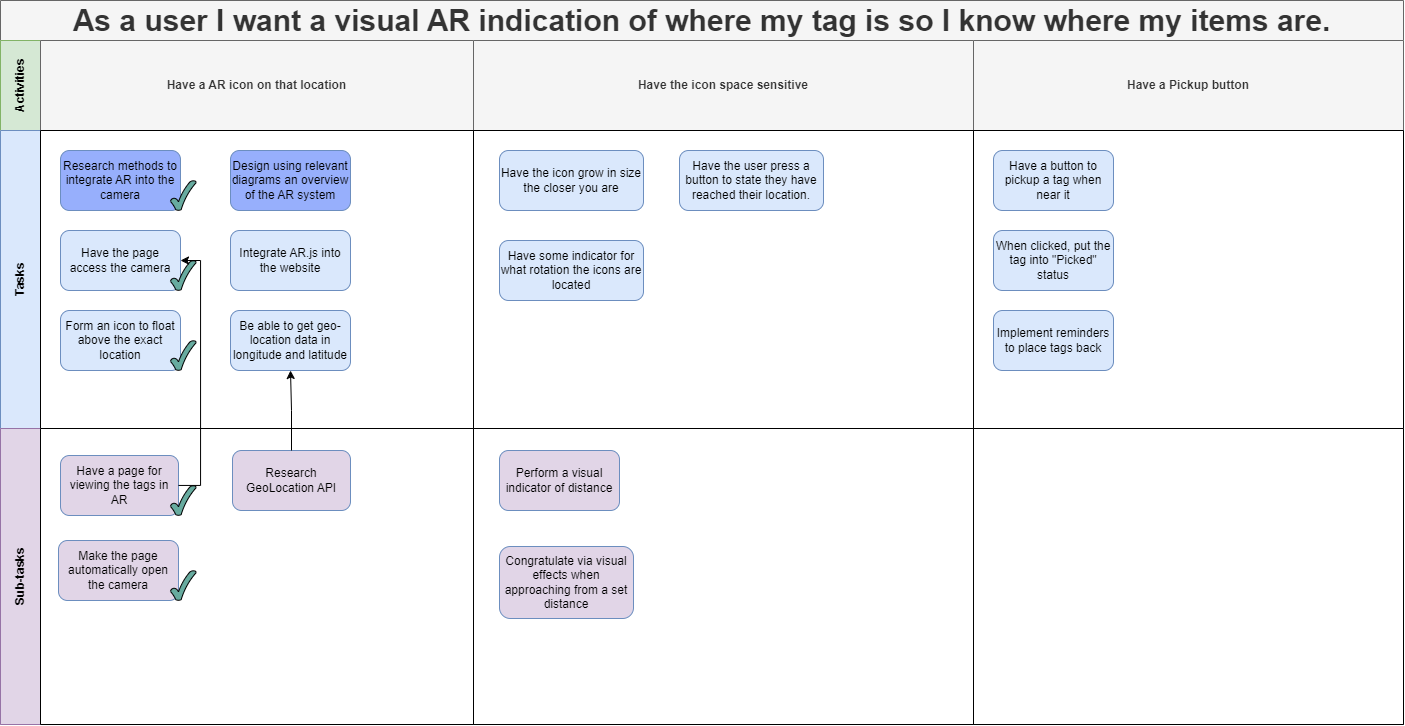
The draw.io diagram Documentation/Project Diagrams/Story Maps/AR Theme.png in ickeyben123/AR, before a commit. Source tidied: cells renumbered, new cells last; positions are measured from the earlier drawing's top-left corner, leaving out a move shared by most shapes. Its diagram source:
```xml
<mxGraphModel>
  <root>
    <mxCell id="0" />
    <mxCell id="1" parent="0" />
    <mxCell id="2" value="As a user I want a visual AR indication of where my tag is so I know where my items are." style="shape=table;rowLines=0;columnLines=0;startSize=40;html=1;whiteSpace=wrap;fontStyle=1;align=center;labelBackgroundColor=none;strokeWidth=1;fontSize=30;fillColor=#f5f5f5;strokeColor=#666666;fontColor=#333333;" parent="1" vertex="1">
      <mxGeometry width="1403" height="724" as="geometry" />
    </mxCell>
    <mxCell id="3" value="Activities" style="swimlane;horizontal=0;startSize=40;html=1;whiteSpace=wrap;fontStyle=1;fillColor=#d5e8d4;strokeColor=#82b366;" parent="2" vertex="1">
      <mxGeometry y="40" width="1403" height="90" as="geometry" />
    </mxCell>
    <mxCell id="4" value="Have a AR icon on that location" style="swimlane;startSize=180;html=1;whiteSpace=wrap;fillColor=#f5f5f5;strokeColor=#666666;fontColor=#333333;" parent="3" vertex="1">
      <mxGeometry x="40" width="433" height="90" as="geometry" />
    </mxCell>
    <mxCell id="5" value="Have the icon space sensitive" style="swimlane;startSize=180;html=1;whiteSpace=wrap;fillColor=#f5f5f5;strokeColor=#666666;fontColor=#333333;" parent="3" vertex="1">
      <mxGeometry x="473" width="500" height="90" as="geometry" />
    </mxCell>
    <mxCell id="6" value="Have a Pickup button" style="swimlane;startSize=180;html=1;whiteSpace=wrap;fillColor=#f5f5f5;strokeColor=#666666;fontColor=#333333;" parent="3" vertex="1">
      <mxGeometry x="973" width="430" height="90" as="geometry" />
    </mxCell>
    <mxCell id="7" value="Tasks" style="swimlane;horizontal=0;startSize=40;html=1;whiteSpace=wrap;fillColor=#dae8fc;strokeColor=#6c8ebf;" parent="2" vertex="1">
      <mxGeometry y="130" width="1403" height="298" as="geometry" />
    </mxCell>
    <mxCell id="8" style="swimlane;startSize=0;html=1;whiteSpace=wrap;" parent="7" vertex="1">
      <mxGeometry x="40" width="433" height="298" as="geometry" />
    </mxCell>
    <mxCell id="9" value="Have the page access the camera" style="rounded=1;whiteSpace=wrap;html=1;strokeWidth=1;fillColor=#dae8fc;strokeColor=#6c8ebf;" parent="8" vertex="1">
      <mxGeometry x="20" y="100" width="120" height="60" as="geometry" />
    </mxCell>
    <mxCell id="10" value="Form an icon to float above the exact location" style="rounded=1;whiteSpace=wrap;html=1;strokeWidth=1;fillColor=#dae8fc;strokeColor=#6c8ebf;" parent="8" vertex="1">
      <mxGeometry x="20" y="180" width="120" height="60" as="geometry" />
    </mxCell>
    <mxCell id="11" value="Design using relevant diagrams an overview of the AR system" style="rounded=1;whiteSpace=wrap;html=1;strokeWidth=1;fillColor=#97AFFC;strokeColor=#6c8ebf;" parent="8" vertex="1">
      <mxGeometry x="190" y="20" width="120" height="60" as="geometry" />
    </mxCell>
    <mxCell id="12" value="Research methods to integrate AR into the camera" style="rounded=1;whiteSpace=wrap;html=1;strokeWidth=1;fillColor=#97AFFC;strokeColor=#6c8ebf;" parent="8" vertex="1">
      <mxGeometry x="20" y="20" width="120" height="60" as="geometry" />
    </mxCell>
    <mxCell id="13" value="Be able to get geo-location data in longitude and latitude" style="rounded=1;whiteSpace=wrap;html=1;strokeWidth=1;fillColor=#dae8fc;strokeColor=#6c8ebf;" parent="8" vertex="1">
      <mxGeometry x="190" y="180" width="120" height="60" as="geometry" />
    </mxCell>
    <mxCell id="14" style="verticalLabelPosition=bottom;verticalAlign=top;html=1;shape=mxgraph.basic.tick;fillColor=#67AB9F;" parent="8" vertex="1">
      <mxGeometry x="130" y="50" width="25.5" height="30" as="geometry" />
    </mxCell>
    <mxCell id="15" value="Integrate AR.js into the website" style="rounded=1;whiteSpace=wrap;html=1;strokeWidth=1;fillColor=#dae8fc;strokeColor=#6c8ebf;" parent="8" vertex="1">
      <mxGeometry x="190" y="100" width="120" height="60" as="geometry" />
    </mxCell>
    <mxCell id="16" style="verticalLabelPosition=bottom;verticalAlign=top;html=1;shape=mxgraph.basic.tick;fillColor=#67AB9F;" parent="8" vertex="1">
      <mxGeometry x="130" y="130" width="25.5" height="30" as="geometry" />
    </mxCell>
    <mxCell id="17" style="verticalLabelPosition=bottom;verticalAlign=top;html=1;shape=mxgraph.basic.tick;fillColor=#67AB9F;" parent="8" vertex="1">
      <mxGeometry x="130" y="210" width="25.5" height="30" as="geometry" />
    </mxCell>
    <mxCell id="18" style="swimlane;startSize=0;html=1;whiteSpace=wrap;" parent="7" vertex="1">
      <mxGeometry x="473" width="500" height="298" as="geometry" />
    </mxCell>
    <mxCell id="19" value="Have the user press a button to state they have reached their location." style="rounded=1;whiteSpace=wrap;html=1;strokeWidth=1;fillColor=#dae8fc;strokeColor=#6c8ebf;" parent="18" vertex="1">
      <mxGeometry x="206" y="20" width="144" height="60" as="geometry" />
    </mxCell>
    <mxCell id="20" value="Have the icon grow in size the closer you are" style="rounded=1;whiteSpace=wrap;html=1;strokeWidth=1;fillColor=#dae8fc;strokeColor=#6c8ebf;" parent="18" vertex="1">
      <mxGeometry x="26" y="20" width="144" height="60" as="geometry" />
    </mxCell>
    <mxCell id="21" value="Have some indicator for what rotation the icons are located" style="rounded=1;whiteSpace=wrap;html=1;strokeWidth=1;fillColor=#dae8fc;strokeColor=#6c8ebf;" parent="18" vertex="1">
      <mxGeometry x="26" y="110" width="144" height="60" as="geometry" />
    </mxCell>
    <mxCell id="22" style="swimlane;startSize=0;html=1;whiteSpace=wrap;" parent="7" vertex="1">
      <mxGeometry x="973" width="430" height="298" as="geometry" />
    </mxCell>
    <mxCell id="23" value="Have a button to pickup a tag when near it" style="rounded=1;whiteSpace=wrap;html=1;strokeWidth=1;fillColor=#dae8fc;strokeColor=#6c8ebf;" parent="22" vertex="1">
      <mxGeometry x="20" y="20" width="120" height="60" as="geometry" />
    </mxCell>
    <mxCell id="24" value="When clicked, put the tag into &quot;Picked&quot; status " style="rounded=1;whiteSpace=wrap;html=1;strokeWidth=1;fillColor=#dae8fc;strokeColor=#6c8ebf;" parent="22" vertex="1">
      <mxGeometry x="20" y="100" width="120" height="60" as="geometry" />
    </mxCell>
    <mxCell id="25" value="Implement reminders to place tags back" style="rounded=1;whiteSpace=wrap;html=1;strokeWidth=1;fillColor=#dae8fc;strokeColor=#6c8ebf;" parent="22" vertex="1">
      <mxGeometry x="20" y="180" width="120" height="60" as="geometry" />
    </mxCell>
    <mxCell id="26" value="Sub-tasks" style="swimlane;horizontal=0;startSize=40;html=1;whiteSpace=wrap;fillColor=#E1D5E7;strokeColor=#9673a6;" parent="2" vertex="1">
      <mxGeometry y="428" width="1403" height="296" as="geometry" />
    </mxCell>
    <mxCell id="27" style="swimlane;startSize=0;html=1;whiteSpace=wrap;" parent="26" vertex="1">
      <mxGeometry x="40" width="433" height="296" as="geometry" />
    </mxCell>
    <mxCell id="28" value="Have a page for viewing the tags in AR" style="rounded=1;whiteSpace=wrap;html=1;strokeWidth=1;fillColor=#E1D5E7;strokeColor=#6c8ebf;" parent="27" vertex="1">
      <mxGeometry x="20" y="27" width="118" height="60" as="geometry" />
    </mxCell>
    <mxCell id="29" value="Make the page automatically open the camera" style="rounded=1;whiteSpace=wrap;html=1;strokeWidth=1;fillColor=#E1D5E7;strokeColor=#6c8ebf;" parent="27" vertex="1">
      <mxGeometry x="18" y="112" width="120" height="60" as="geometry" />
    </mxCell>
    <mxCell id="30" value="Research GeoLocation API" style="rounded=1;whiteSpace=wrap;html=1;strokeWidth=1;fillColor=#E1D5E7;strokeColor=#6c8ebf;" parent="27" vertex="1">
      <mxGeometry x="192" y="22" width="118" height="60" as="geometry" />
    </mxCell>
    <mxCell id="31" style="verticalLabelPosition=bottom;verticalAlign=top;html=1;shape=mxgraph.basic.tick;fillColor=#67AB9F;" parent="27" vertex="1">
      <mxGeometry x="130" y="57" width="25.5" height="30" as="geometry" />
    </mxCell>
    <mxCell id="32" style="verticalLabelPosition=bottom;verticalAlign=top;html=1;shape=mxgraph.basic.tick;fillColor=#67AB9F;" parent="27" vertex="1">
      <mxGeometry x="130" y="142" width="25.5" height="30" as="geometry" />
    </mxCell>
    <mxCell id="33" style="swimlane;startSize=0;html=1;whiteSpace=wrap;" parent="26" vertex="1">
      <mxGeometry x="473" width="500" height="296" as="geometry" />
    </mxCell>
    <mxCell id="34" value="Perform a visual indicator of distance" style="rounded=1;whiteSpace=wrap;html=1;strokeWidth=1;fillColor=#E1D5E7;strokeColor=#6c8ebf;" parent="33" vertex="1">
      <mxGeometry x="26" y="22" width="120" height="60" as="geometry" />
    </mxCell>
    <mxCell id="35" value="Congratulate via visual effects when approaching from a set distance" style="rounded=1;whiteSpace=wrap;html=1;strokeWidth=1;fillColor=#E1D5E7;strokeColor=#6c8ebf;" parent="33" vertex="1">
      <mxGeometry x="26" y="118" width="134" height="72" as="geometry" />
    </mxCell>
    <mxCell id="36" style="swimlane;startSize=0;html=1;whiteSpace=wrap;" parent="26" vertex="1">
      <mxGeometry x="973" width="430" height="296" as="geometry" />
    </mxCell>
    <mxCell id="37" style="edgeStyle=orthogonalEdgeStyle;rounded=0;orthogonalLoop=1;jettySize=auto;html=1;entryX=1;entryY=0.5;entryDx=0;entryDy=0;" parent="2" edge="1">
      <mxGeometry relative="1" as="geometry">
        <mxPoint x="173" y="470" as="sourcePoint" />
        <Array as="points">
          <mxPoint x="203" y="470" />
          <mxPoint x="203" y="180" />
        </Array>
      </mxGeometry>
    </mxCell>
    <mxCell id="38" style="edgeStyle=orthogonalEdgeStyle;rounded=0;jettySize=auto;html=1;entryX=0.5;entryY=1;entryDx=0;entryDy=0;" parent="2" edge="1" source="30" target="13">
      <mxGeometry relative="1" as="geometry" />
    </mxCell>
    <mxCell id="39" style="edgeStyle=orthogonalEdgeStyle;rounded=0;jettySize=auto;html=1;entryX=1;entryY=0.5;entryDx=0;entryDy=0;" parent="2" edge="1" source="28" target="9">
      <mxGeometry relative="1" as="geometry">
        <Array as="points">
          <mxPoint x="200" y="485" />
          <mxPoint x="200" y="260" />
        </Array>
      </mxGeometry>
    </mxCell>
  </root>
</mxGraphModel>
```
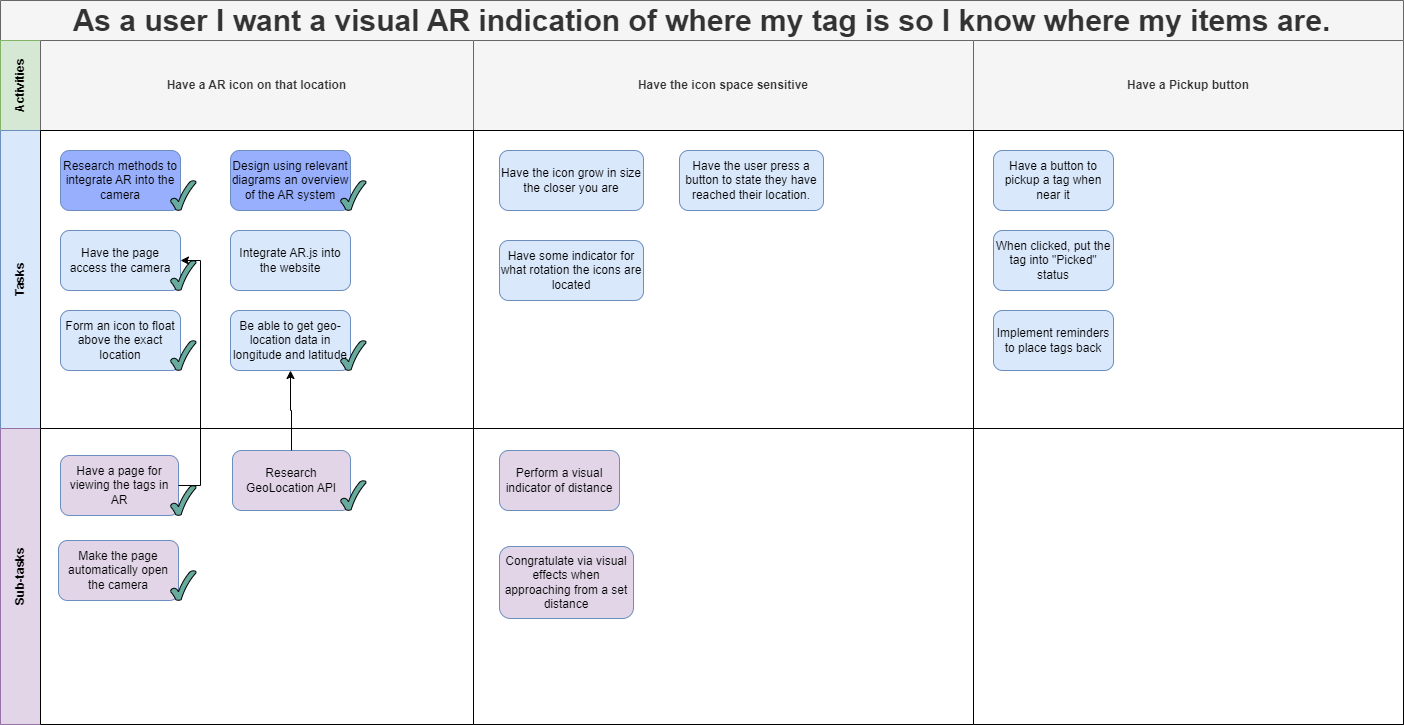
Above is the later version.

Change to the diagram source:
```diff
@@ -50,6 +50,12 @@
     <mxCell id="17" style="verticalLabelPosition=bottom;verticalAlign=top;html=1;shape=mxgraph.basic.tick;fillColor=#67AB9F;" parent="8" vertex="1">
       <mxGeometry x="130" y="210" width="25.5" height="30" as="geometry" />
     </mxCell>
+    <mxCell id="40" style="verticalLabelPosition=bottom;verticalAlign=top;html=1;shape=mxgraph.basic.tick;fillColor=#67AB9F;" parent="8" vertex="1">
+      <mxGeometry x="300" y="210" width="25.5" height="30" as="geometry" />
+    </mxCell>
+    <mxCell id="41" style="verticalLabelPosition=bottom;verticalAlign=top;html=1;shape=mxgraph.basic.tick;fillColor=#67AB9F;" parent="8" vertex="1">
+      <mxGeometry x="300" y="50" width="25.5" height="30" as="geometry" />
+    </mxCell>
     <mxCell id="18" style="swimlane;startSize=0;html=1;whiteSpace=wrap;" parent="7" vertex="1">
       <mxGeometry x="473" width="500" height="298" as="geometry" />
     </mxCell>
@@ -95,6 +101,9 @@
     <mxCell id="32" style="verticalLabelPosition=bottom;verticalAlign=top;html=1;shape=mxgraph.basic.tick;fillColor=#67AB9F;" parent="27" vertex="1">
       <mxGeometry x="130" y="142" width="25.5" height="30" as="geometry" />
     </mxCell>
+    <mxCell id="42" style="verticalLabelPosition=bottom;verticalAlign=top;html=1;shape=mxgraph.basic.tick;fillColor=#67AB9F;" parent="27" vertex="1">
+      <mxGeometry x="300" y="52" width="25.5" height="30" as="geometry" />
+    </mxCell>
     <mxCell id="33" style="swimlane;startSize=0;html=1;whiteSpace=wrap;" parent="26" vertex="1">
       <mxGeometry x="473" width="500" height="296" as="geometry" />
     </mxCell>
```
